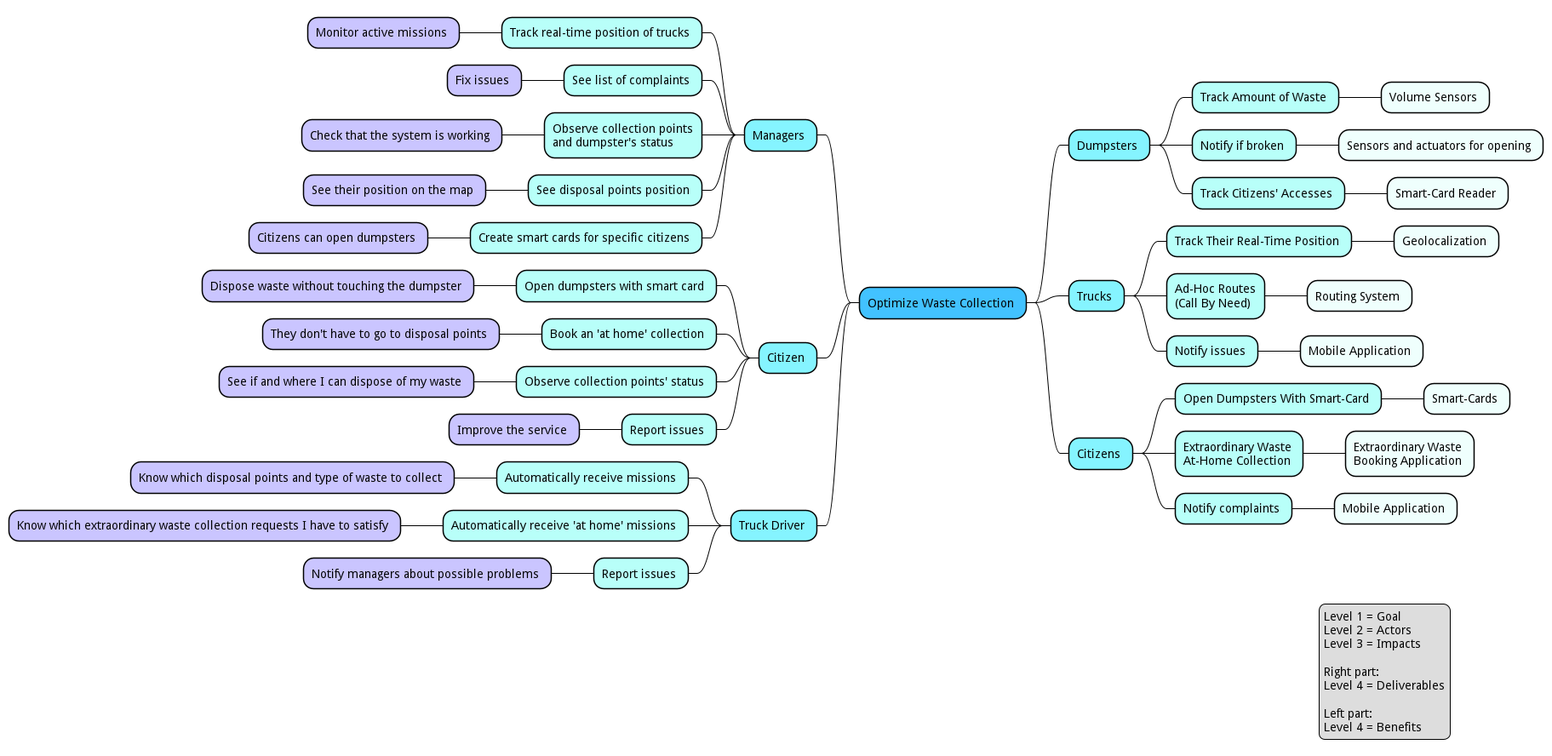
SmartWasteCollection/project-management keeps this PlantUML diagram as uml/impact-mapping.pm.png. Above is the earlier version.
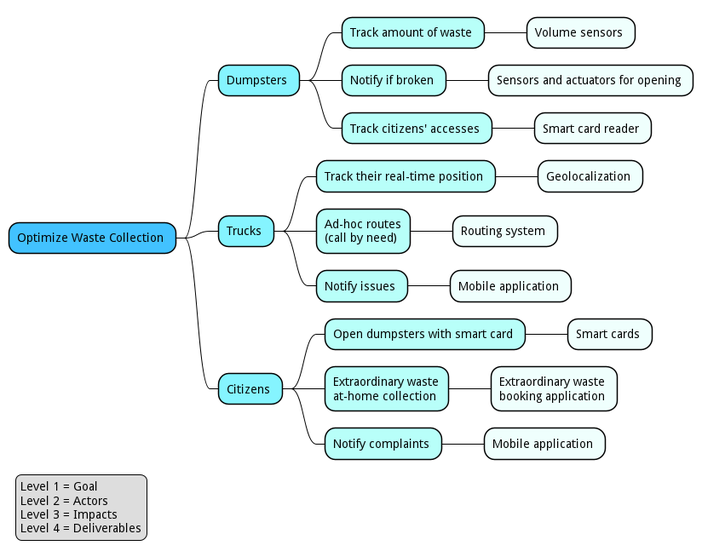
The same file after the commit.

Commit message:
docs(uml): generate PNG files for PlantUML diagrams

The edit, as a diff of the source:
```diff
@@ -4,77 +4,33 @@
 goal("Optimize Waste Collection")
 
 actor("Dumpsters")
-    impact("Track Amount of Waste")
-        deliverable("Volume Sensors")
+    impact("Track amount of waste")
+        deliverable("Volume sensors")
     impact("Notify if broken")
         deliverable("Sensors and actuators for opening")
-    impact("Track Citizens' Accesses")
-        deliverable("Smart-Card Reader")
+    impact("Track citizens' accesses")
+        deliverable("Smart card reader")
 
 actor("Trucks")
-    impact("Track Their Real-Time Position")
+    impact("Track their real-time position")
         deliverable("Geolocalization")
-    impact("Ad-Hoc Routes\n(Call By Need)")
-        deliverable("Routing System")
+    impact("Ad-hoc routes\n(call by need)")
+        deliverable("Routing system")
     impact("Notify issues")
-        deliverable("Mobile Application")
+        deliverable("Mobile application")
 
 actor("Citizens")
-    impact("Open Dumpsters With Smart-Card")
-        deliverable("Smart-Cards")
-    impact("Extraordinary Waste\nAt-Home Collection")
-        deliverable("Extraordinary Waste\nBooking Application")
+    impact("Open dumpsters with smart card")
+        deliverable("Smart cards")
+    impact("Extraordinary waste\nat-home collection")
+        deliverable("Extraordinary waste\nbooking application")
     impact("Notify complaints")
-        deliverable("Mobile Application")
+        deliverable("Mobile application")
 
-actor("Managers", left)
-impact("Track real-time position of trucks", left)
-benefit("Monitor active missions", left)
-
-impact("See list of complaints", left)
-benefit("Fix issues", left)
-
-impact("Observe collection points\nand dumpster's status", left)
-benefit("Check that the system is working", left)
-
-impact("See disposal points position", left)
-benefit("See their position on the map", left)
-
-impact("Create smart cards for specific citizens", left)
-benefit("Citizens can open dumpsters", left)
-
-actor("Citizen", left)
-impact("Open dumpsters with smart card", left)
-benefit("Dispose waste without touching the dumpster", left)
-
-impact("Book an 'at home' collection", left)
-benefit("They don't have to go to disposal points", left)
-
-impact("Observe collection points' status", left)
-benefit("See if and where I can dispose of my waste", left)
-
-impact("Report issues", left)
-benefit("Improve the service", left)
-
-actor("Truck Driver", left)
-impact("Automatically receive missions", left)
-benefit("Know which disposal points and type of waste to collect", left)
-
-impact("Automatically receive 'at home' missions", left)
-benefit("Know which extraordinary waste collection requests I have to satisfy", left)
-
-impact("Report issues", left)
-benefit("Notify managers about possible problems", left)
-
-legend right
+legend left
     Level 1 = Goal
     Level 2 = Actors
     Level 3 = Impacts
-
-    Right part:
     Level 4 = Deliverables
-
-    Left part:
-    Level 4 = Benefits
 endlegend
 @endmindmap
```
